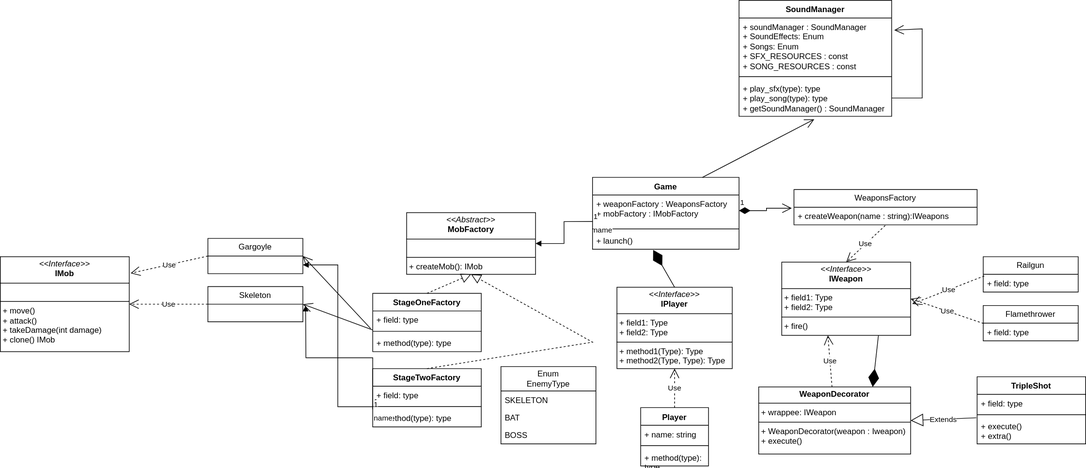
Above: class_diagram.drawio.svg in CNAM-gaming/vampire_survivors (draw.io), before the change. Source tidied: cells renumbered, new cells last; positions are measured from the earlier drawing's top-left corner, leaving out a move shared by most shapes.
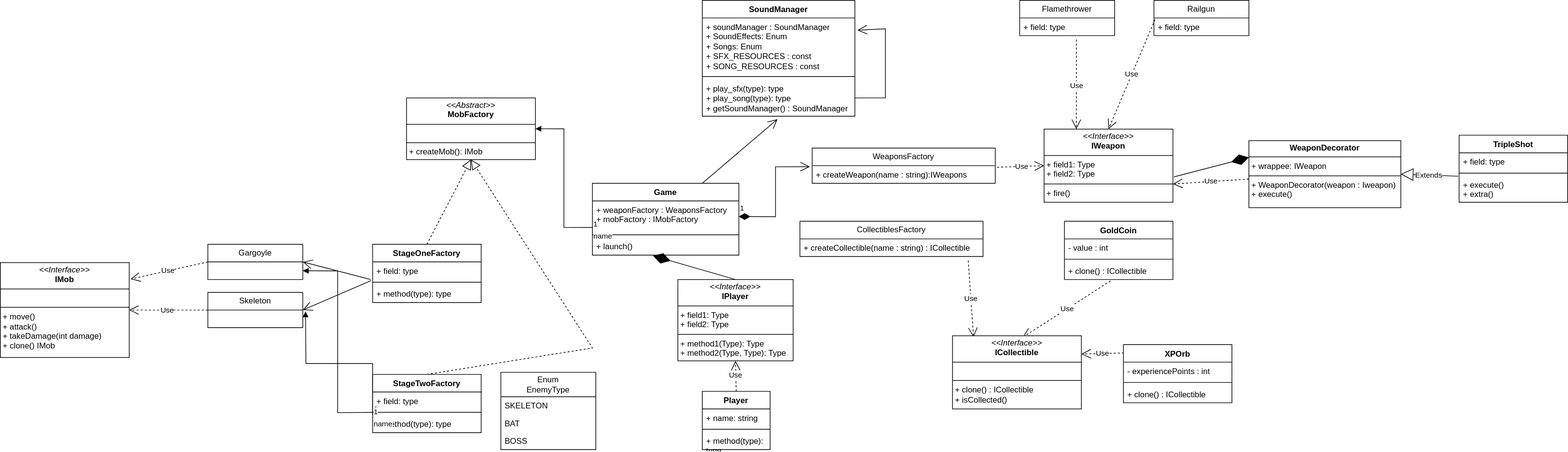
The same file after the commit.

Commit message:
Manage Collectibles in diagram

What changed in the source:
```diff
@@ -3,7 +3,7 @@
     <mxCell id="0" />
     <mxCell id="1" parent="0" />
     <mxCell id="2" value="Player" style="swimlane;fontStyle=1;align=center;verticalAlign=top;horizontal=1;startSize=26;whiteSpace=wrap;html=1;swimlaneFillColor=default;" parent="1" vertex="1">
-      <mxGeometry x="944" y="600.5" width="100" height="86" as="geometry" />
+      <mxGeometry x="1035" y="568" width="100" height="86" as="geometry" />
     </mxCell>
     <mxCell id="3" value="+ name: string" style="text;strokeColor=none;fillColor=none;align=left;verticalAlign=top;spacingLeft=4;spacingRight=4;overflow=hidden;whiteSpace=wrap;html=1;" parent="2" vertex="1">
       <mxGeometry y="26" width="100" height="26" as="geometry" />
@@ -15,7 +15,7 @@
       <mxGeometry y="60" width="100" height="26" as="geometry" />
     </mxCell>
     <mxCell id="6" value="&lt;p style=&quot;margin:0px;margin-top:4px;text-align:center;&quot;&gt;&lt;i&gt;&amp;lt;&amp;lt;Interface&amp;gt;&amp;gt;&lt;/i&gt;&lt;br&gt;&lt;b&gt;IPlayer&lt;/b&gt;&lt;/p&gt;&lt;hr size=&quot;1&quot; style=&quot;border-style:solid;&quot;&gt;&lt;p style=&quot;margin:0px;margin-left:4px;&quot;&gt;+ field1: Type&lt;br&gt;+ field2: Type&lt;/p&gt;&lt;hr size=&quot;1&quot; style=&quot;border-style:solid;&quot;&gt;&lt;p style=&quot;margin:0px;margin-left:4px;&quot;&gt;+ method1(Type): Type&lt;br&gt;+ method2(Type, Type): Type&lt;/p&gt;" style="verticalAlign=top;align=left;overflow=fill;html=1;whiteSpace=wrap;" parent="1" vertex="1">
-      <mxGeometry x="909" y="423" width="170" height="120" as="geometry" />
+      <mxGeometry x="999" y="403" width="170" height="120" as="geometry" />
     </mxCell>
     <mxCell id="7" value="&lt;div&gt;&lt;span style=&quot;background-color: initial;&quot;&gt;Game&lt;/span&gt;&lt;br&gt;&lt;/div&gt;" style="swimlane;fontStyle=1;align=center;verticalAlign=top;horizontal=1;startSize=26;whiteSpace=wrap;html=1;" parent="1" vertex="1">
       <mxGeometry x="873" y="261" width="216" height="106" as="geometry" />
@@ -30,31 +30,31 @@
       <mxGeometry y="80" width="216" height="26" as="geometry" />
     </mxCell>
     <mxCell id="11" value="WeaponsFactory" style="swimlane;fontStyle=0;horizontal=1;startSize=26;fillColor=none;whiteSpace=wrap;html=1;" parent="1" vertex="1">
-      <mxGeometry x="1170" y="279" width="270" height="52" as="geometry" />
+      <mxGeometry x="1197" y="209" width="270" height="52" as="geometry" />
     </mxCell>
     <mxCell id="12" value="+ createWeapon(name : string):IWeapons" style="text;strokeColor=none;fillColor=none;align=left;verticalAlign=top;spacingLeft=4;spacingRight=4;overflow=hidden;points=[[0,0.5],[1,0.5]];portConstraint=eastwest;whiteSpace=wrap;html=1;" parent="11" vertex="1">
       <mxGeometry y="26" width="270" height="26" as="geometry" />
     </mxCell>
     <mxCell id="13" value="&lt;p style=&quot;margin:0px;margin-top:4px;text-align:center;&quot;&gt;&lt;i&gt;&amp;lt;&amp;lt;Interface&amp;gt;&amp;gt;&lt;/i&gt;&lt;br&gt;&lt;b&gt;IWeapon&lt;/b&gt;&lt;/p&gt;&lt;hr size=&quot;1&quot; style=&quot;border-style:solid;&quot;&gt;&lt;p style=&quot;margin:0px;margin-left:4px;&quot;&gt;+ field1: Type&lt;br&gt;+ field2: Type&lt;/p&gt;&lt;hr size=&quot;1&quot; style=&quot;border-style:solid;&quot;&gt;&lt;p style=&quot;margin:0px;margin-left:4px;&quot;&gt;+ fire()&lt;br&gt;&lt;/p&gt;" style="verticalAlign=top;align=left;overflow=fill;html=1;whiteSpace=wrap;" parent="1" vertex="1">
-      <mxGeometry x="1152" y="386" width="190" height="108" as="geometry" />
+      <mxGeometry x="1539" y="181" width="190" height="108" as="geometry" />
     </mxCell>
     <mxCell id="14" value="1" style="endArrow=open;html=1;endSize=12;startArrow=diamondThin;startSize=14;startFill=1;edgeStyle=orthogonalEdgeStyle;align=left;verticalAlign=bottom;rounded=0;entryX=-0.012;entryY=0.056;entryDx=0;entryDy=0;entryPerimeter=0;exitX=1;exitY=0.5;exitDx=0;exitDy=0;" parent="1" edge="1" source="8" target="12">
       <mxGeometry x="-1" y="3" relative="1" as="geometry" />
     </mxCell>
-    <mxCell id="15" value="Use" style="endArrow=open;endSize=12;dashed=1;html=1;rounded=0;exitX=0.498;exitY=1.04;exitDx=0;exitDy=0;exitPerimeter=0;entryX=0.5;entryY=0;entryDx=0;entryDy=0;" parent="1" edge="1" source="12" target="13">
+    <mxCell id="15" value="Use" style="endArrow=open;endSize=12;dashed=1;html=1;rounded=0;exitX=1.01;exitY=0.088;exitDx=0;exitDy=0;exitPerimeter=0;entryX=0;entryY=0.5;entryDx=0;entryDy=0;" parent="1" edge="1" source="12" target="13">
       <mxGeometry relative="1" as="geometry" />
     </mxCell>
     <mxCell id="16" value="Use" style="endArrow=open;endSize=12;dashed=1;html=1;rounded=0;entryX=0.5;entryY=1;entryDx=0;entryDy=0;exitX=0.5;exitY=0;exitDx=0;exitDy=0;" parent="1" edge="1" source="2" target="6">
       <mxGeometry relative="1" as="geometry" />
     </mxCell>
     <mxCell id="17" value="Railgun" style="swimlane;fontStyle=0;horizontal=1;startSize=26;fillColor=none;whiteSpace=wrap;html=1;" parent="1" vertex="1">
-      <mxGeometry x="1449" y="378" width="140" height="52" as="geometry" />
+      <mxGeometry x="1701" y="-9" width="140" height="52" as="geometry" />
     </mxCell>
     <mxCell id="18" value="+ field: type" style="text;strokeColor=none;fillColor=none;align=left;verticalAlign=top;spacingLeft=4;spacingRight=4;overflow=hidden;points=[[0,0.5],[1,0.5]];portConstraint=eastwest;whiteSpace=wrap;html=1;" parent="17" vertex="1">
       <mxGeometry y="26" width="140" height="26" as="geometry" />
     </mxCell>
     <mxCell id="19" value="Flamethrower" style="swimlane;fontStyle=0;horizontal=1;startSize=26;fillColor=none;whiteSpace=wrap;html=1;" parent="1" vertex="1">
-      <mxGeometry x="1449" y="450" width="140" height="52" as="geometry" />
+      <mxGeometry x="1503" y="-9" width="140" height="52" as="geometry" />
     </mxCell>
     <mxCell id="20" value="+ field: type" style="text;strokeColor=none;fillColor=none;align=left;verticalAlign=top;spacingLeft=4;spacingRight=4;overflow=hidden;points=[[0,0.5],[1,0.5]];portConstraint=eastwest;whiteSpace=wrap;html=1;" parent="19" vertex="1">
       <mxGeometry y="26" width="140" height="26" as="geometry" />
@@ -63,10 +63,10 @@
       <mxGeometry relative="1" as="geometry" />
     </mxCell>
     <mxCell id="22" value="&lt;p style=&quot;margin:0px;margin-top:4px;text-align:center;&quot;&gt;&lt;b&gt;WeaponDecorator&lt;/b&gt;&lt;/p&gt;&lt;hr size=&quot;1&quot; style=&quot;border-style:solid;&quot;&gt;&lt;p style=&quot;margin:0px;margin-left:4px;&quot;&gt;+ wrappee: IWeapon&lt;/p&gt;&lt;hr size=&quot;1&quot; style=&quot;border-style:solid;&quot;&gt;&lt;p style=&quot;margin:0px;margin-left:4px;&quot;&gt;+ WeaponDecorator(weapon : Iweapon)&lt;br&gt;&lt;/p&gt;&lt;p style=&quot;margin:0px;margin-left:4px;&quot;&gt;+ execute()&lt;br&gt;&lt;/p&gt;" style="verticalAlign=top;align=left;overflow=fill;html=1;whiteSpace=wrap;" parent="1" vertex="1">
-      <mxGeometry x="1118" y="570" width="224" height="99" as="geometry" />
+      <mxGeometry x="1841" y="198" width="224" height="99" as="geometry" />
     </mxCell>
     <mxCell id="23" value="TripleShot" style="swimlane;fontStyle=1;align=center;verticalAlign=top;horizontal=1;startSize=26;whiteSpace=wrap;html=1;" parent="1" vertex="1">
-      <mxGeometry x="1440" y="555" width="160" height="99" as="geometry" />
+      <mxGeometry x="2151" y="190" width="160" height="99" as="geometry" />
     </mxCell>
     <mxCell id="24" value="+ field: type" style="text;strokeColor=none;fillColor=none;align=left;verticalAlign=top;spacingLeft=4;spacingRight=4;overflow=hidden;whiteSpace=wrap;html=1;" parent="23" vertex="1">
       <mxGeometry y="26" width="160" height="26" as="geometry" />
@@ -77,23 +77,23 @@
     <mxCell id="26" value="+ execute()&lt;div&gt;+ extra()&lt;br&gt;&lt;/div&gt;" style="text;strokeColor=none;fillColor=none;align=left;verticalAlign=top;spacingLeft=4;spacingRight=4;overflow=hidden;points=[[0,0.5],[1,0.5]];portConstraint=eastwest;whiteSpace=wrap;html=1;" parent="23" vertex="1">
       <mxGeometry y="60" width="160" height="39" as="geometry" />
     </mxCell>
-    <mxCell id="27" value="Use" style="endArrow=open;endSize=12;dashed=1;html=1;rounded=0;exitX=0.011;exitY=0.09;exitDx=0;exitDy=0;exitPerimeter=0;entryX=1.012;entryY=0.57;entryDx=0;entryDy=0;entryPerimeter=0;" parent="1" edge="1" source="18" target="13">
+    <mxCell id="27" value="Use" style="endArrow=open;endSize=12;dashed=1;html=1;rounded=0;exitX=0.011;exitY=0.09;exitDx=0;exitDy=0;exitPerimeter=0;entryX=0.5;entryY=0;entryDx=0;entryDy=0;" parent="1" edge="1" source="18" target="13">
       <mxGeometry relative="1" as="geometry" />
     </mxCell>
-    <mxCell id="28" value="Use" style="endArrow=open;endSize=12;dashed=1;html=1;rounded=0;exitX=0.003;exitY=0.018;exitDx=0;exitDy=0;exitPerimeter=0;entryX=1;entryY=0.5;entryDx=0;entryDy=0;" parent="1" edge="1" source="20" target="13">
+    <mxCell id="28" value="Use" style="endArrow=open;endSize=12;dashed=1;html=1;rounded=0;exitX=0.598;exitY=1.218;exitDx=0;exitDy=0;exitPerimeter=0;entryX=0.25;entryY=0;entryDx=0;entryDy=0;" parent="1" edge="1" source="20" target="13">
       <mxGeometry relative="1" as="geometry" />
     </mxCell>
     <mxCell id="29" value="Extends" style="endArrow=block;endSize=16;endFill=0;html=1;rounded=0;exitX=-0.008;exitY=0.013;exitDx=0;exitDy=0;exitPerimeter=0;entryX=1;entryY=0.5;entryDx=0;entryDy=0;" parent="1" edge="1" source="26" target="22">
       <mxGeometry relative="1" as="geometry" />
     </mxCell>
-    <mxCell id="30" style="endArrow=diamondThin;endFill=1;endSize=24;html=1;rounded=0;exitX=0.75;exitY=1;exitDx=0;exitDy=0;entryX=0.75;entryY=0;entryDx=0;entryDy=0;" parent="1" edge="1" source="13" target="22">
+    <mxCell id="30" style="endArrow=diamondThin;endFill=1;endSize=24;html=1;rounded=0;exitX=1.008;exitY=0.653;exitDx=0;exitDy=0;entryX=0;entryY=0.25;entryDx=0;entryDy=0;exitPerimeter=0;" parent="1" edge="1" source="13" target="22">
       <mxGeometry relative="1" as="geometry" />
     </mxCell>
-    <mxCell id="31" value="Use" style="endArrow=open;endSize=12;dashed=1;html=1;rounded=0;entryX=0.358;entryY=1;entryDx=0;entryDy=0;entryPerimeter=0;" parent="1" edge="1" source="22" target="13">
+    <mxCell id="31" value="Use" style="endArrow=open;endSize=12;dashed=1;html=1;rounded=0;entryX=1;entryY=0.75;entryDx=0;entryDy=0;" parent="1" edge="1" source="22" target="13">
       <mxGeometry relative="1" as="geometry" />
     </mxCell>
     <mxCell id="32" value="&lt;p style=&quot;margin:0px;margin-top:4px;text-align:center;&quot;&gt;&lt;i&gt;&amp;lt;&amp;lt;Abstract&amp;gt;&amp;gt;&lt;/i&gt;&lt;br&gt;&lt;b&gt;MobFactory&lt;/b&gt;&lt;/p&gt;&lt;hr size=&quot;1&quot; style=&quot;border-style:solid;&quot;&gt;&lt;p style=&quot;margin:0px;margin-left:4px;&quot;&gt;&lt;br&gt;&lt;/p&gt;&lt;hr size=&quot;1&quot; style=&quot;border-style:solid;&quot;&gt;&lt;p style=&quot;margin:0px;margin-left:4px;&quot;&gt;+ createMob(): IMob&lt;/p&gt;" style="verticalAlign=top;align=left;overflow=fill;html=1;whiteSpace=wrap;" parent="1" vertex="1">
-      <mxGeometry x="599" y="313" width="190" height="91" as="geometry" />
+      <mxGeometry x="599" y="135" width="190" height="91" as="geometry" />
     </mxCell>
     <mxCell id="33" value="name" style="endArrow=block;endFill=1;html=1;edgeStyle=orthogonalEdgeStyle;align=left;verticalAlign=top;rounded=0;entryX=1;entryY=0.5;entryDx=0;entryDy=0;exitX=0.002;exitY=0.85;exitDx=0;exitDy=0;exitPerimeter=0;" parent="1" edge="1" source="8" target="32">
       <mxGeometry x="-1" relative="1" as="geometry" />
@@ -117,7 +117,7 @@
       <mxGeometry relative="1" as="geometry" />
     </mxCell>
     <mxCell id="40" value="StageOneFactory" style="swimlane;fontStyle=1;align=center;verticalAlign=top;horizontal=1;startSize=26;whiteSpace=wrap;html=1;" parent="1" vertex="1">
-      <mxGeometry x="549" y="432" width="160" height="86" as="geometry" />
+      <mxGeometry x="549" y="351" width="160" height="86" as="geometry" />
     </mxCell>
     <mxCell id="41" value="+ field: type" style="text;strokeColor=none;fillColor=none;align=left;verticalAlign=top;spacingLeft=4;spacingRight=4;overflow=hidden;points=[[0,0.5],[1,0.5]];portConstraint=eastwest;whiteSpace=wrap;html=1;" parent="40" vertex="1">
       <mxGeometry y="26" width="160" height="26" as="geometry" />
@@ -165,10 +165,8 @@
     <mxCell id="54" value="BOSS" style="text;strokeColor=none;fillColor=none;align=left;verticalAlign=top;spacingLeft=4;spacingRight=4;overflow=hidden;whiteSpace=wrap;html=1;" parent="51" vertex="1">
       <mxGeometry y="88" width="140" height="26" as="geometry" />
     </mxCell>
-    <mxCell id="55" style="endArrow=open;endFill=1;endSize=12;html=1;rounded=0;entryX=1;entryY=0.5;entryDx=0;entryDy=0;" parent="1" edge="1" target="35">
-      <mxGeometry relative="1" as="geometry">
-        <mxPoint x="549" y="486" as="sourcePoint" />
-      </mxGeometry>
+    <mxCell id="55" style="endArrow=open;endFill=1;endSize=12;html=1;rounded=0;entryX=1;entryY=0.5;entryDx=0;entryDy=0;exitX=-0.015;exitY=-0.247;exitDx=0;exitDy=0;exitPerimeter=0;" parent="1" edge="1" source="43" target="35">
+      <mxGeometry relative="1" as="geometry" />
     </mxCell>
     <mxCell id="56" value="name" style="endArrow=block;endFill=1;html=1;edgeStyle=orthogonalEdgeStyle;align=left;verticalAlign=top;rounded=0;entryX=1;entryY=0.75;entryDx=0;entryDy=0;exitX=-0.001;exitY=1.161;exitDx=0;exitDy=0;exitPerimeter=0;" parent="1" edge="1" source="45" target="37">
       <mxGeometry x="-1" relative="1" as="geometry" />
@@ -185,7 +183,7 @@
       <mxGeometry x="-1" relative="1" as="geometry" />
     </mxCell>
     <mxCell id="60" value="SoundManager&lt;div&gt;&lt;br&gt;&lt;/div&gt;" style="swimlane;fontStyle=1;align=center;verticalAlign=top;horizontal=1;startSize=26;whiteSpace=wrap;html=1;" parent="1" vertex="1">
-      <mxGeometry x="1089" width="225" height="171" as="geometry" />
+      <mxGeometry x="1035" y="-9" width="225" height="171" as="geometry" />
     </mxCell>
     <mxCell id="61" value="&lt;div&gt;+ soundManager : SoundManager&lt;/div&gt;+ SoundEffects: Enum&lt;div&gt;+ Songs: Enum&lt;br&gt;&lt;/div&gt;&lt;div&gt;+ SFX_RESOURCES : const&amp;nbsp;&lt;br&gt;+ SONG_RESOURCES : const&lt;/div&gt;&lt;div&gt;&lt;br&gt;&lt;/div&gt;" style="text;strokeColor=none;fillColor=none;align=left;verticalAlign=top;spacingLeft=4;spacingRight=4;overflow=hidden;points=[[0,0.5],[1,0.5]];portConstraint=eastwest;whiteSpace=wrap;html=1;" parent="60" vertex="1">
       <mxGeometry y="26" width="225" height="82" as="geometry" />
@@ -207,5 +205,47 @@
     <mxCell id="65" style="endArrow=open;endFill=1;endSize=12;html=1;rounded=0;exitX=0.75;exitY=0;exitDx=0;exitDy=0;entryX=0.493;entryY=1.08;entryDx=0;entryDy=0;entryPerimeter=0;" parent="1" edge="1" source="7" target="63">
       <mxGeometry relative="1" as="geometry" />
     </mxCell>
+    <mxCell id="66" value="GoldCoin" style="swimlane;fontStyle=1;align=center;verticalAlign=top;horizontal=1;startSize=26;whiteSpace=wrap;html=1;" parent="1" vertex="1">
+      <mxGeometry x="1569" y="317" width="160" height="86" as="geometry" />
+    </mxCell>
+    <mxCell id="67" value="- value : int" style="text;strokeColor=none;fillColor=none;align=left;verticalAlign=top;spacingLeft=4;spacingRight=4;overflow=hidden;whiteSpace=wrap;html=1;" parent="66" vertex="1">
+      <mxGeometry y="26" width="160" height="26" as="geometry" />
+    </mxCell>
+    <mxCell id="68" style="line;strokeWidth=1;fillColor=none;align=left;verticalAlign=middle;spacingTop=-1;spacingLeft=3;spacingRight=3;labelPosition=right;strokeColor=inherit;" parent="66" vertex="1">
+      <mxGeometry y="52" width="160" height="8" as="geometry" />
+    </mxCell>
+    <mxCell id="69" value="+ clone() : ICollectible" style="text;strokeColor=none;fillColor=none;align=left;verticalAlign=top;spacingLeft=4;spacingRight=4;overflow=hidden;points=[[0,0.5],[1,0.5]];portConstraint=eastwest;whiteSpace=wrap;html=1;" parent="66" vertex="1">
+      <mxGeometry y="60" width="160" height="26" as="geometry" />
+    </mxCell>
+    <mxCell id="70" value="XPOrb" style="swimlane;fontStyle=1;align=center;verticalAlign=top;horizontal=1;startSize=26;whiteSpace=wrap;html=1;" parent="1" vertex="1">
+      <mxGeometry x="1656" y="499" width="160" height="86" as="geometry" />
+    </mxCell>
+    <mxCell id="71" value="- experiencePoints : int" style="text;strokeColor=none;fillColor=none;align=left;verticalAlign=top;spacingLeft=4;spacingRight=4;overflow=hidden;whiteSpace=wrap;html=1;" parent="70" vertex="1">
+      <mxGeometry y="26" width="160" height="26" as="geometry" />
+    </mxCell>
+    <mxCell id="72" style="line;strokeWidth=1;fillColor=none;align=left;verticalAlign=middle;spacingTop=-1;spacingLeft=3;spacingRight=3;labelPosition=right;strokeColor=inherit;" parent="70" vertex="1">
+      <mxGeometry y="52" width="160" height="8" as="geometry" />
+    </mxCell>
+    <mxCell id="73" value="+ clone() : ICollectible" style="text;strokeColor=none;fillColor=none;align=left;verticalAlign=top;spacingLeft=4;spacingRight=4;overflow=hidden;whiteSpace=wrap;html=1;" parent="70" vertex="1">
+      <mxGeometry y="60" width="160" height="26" as="geometry" />
+    </mxCell>
+    <mxCell id="74" value="Use" style="endArrow=open;endSize=12;dashed=1;html=1;rounded=0;exitX=0.424;exitY=1.081;exitDx=0;exitDy=0;exitPerimeter=0;entryX=0.546;entryY=0.019;entryDx=0;entryDy=0;entryPerimeter=0;" parent="1" edge="1" source="69" target="79">
+      <mxGeometry relative="1" as="geometry" />
+    </mxCell>
+    <mxCell id="75" value="Use" style="endArrow=open;endSize=12;dashed=1;html=1;rounded=0;exitX=0.004;exitY=0.143;exitDx=0;exitDy=0;exitPerimeter=0;entryX=1;entryY=0.25;entryDx=0;entryDy=0;" parent="1" edge="1" source="70" target="79">
+      <mxGeometry relative="1" as="geometry" />
+    </mxCell>
+    <mxCell id="76" value="CollectiblesFactory" style="swimlane;fontStyle=0;horizontal=1;startSize=26;fillColor=none;whiteSpace=wrap;html=1;" parent="1" vertex="1">
+      <mxGeometry x="1179" y="317" width="270" height="52" as="geometry" />
+    </mxCell>
+    <mxCell id="77" value="+ createCollectible(name : string) : ICollectible" style="text;strokeColor=none;fillColor=none;align=left;verticalAlign=top;spacingLeft=4;spacingRight=4;overflow=hidden;points=[[0,0.5],[1,0.5]];portConstraint=eastwest;whiteSpace=wrap;html=1;" parent="76" vertex="1">
+      <mxGeometry y="26" width="270" height="26" as="geometry" />
+    </mxCell>
+    <mxCell id="78" value="Use" style="endArrow=open;endSize=12;dashed=1;html=1;rounded=0;exitX=0.919;exitY=1.231;exitDx=0;exitDy=0;exitPerimeter=0;entryX=0.163;entryY=0.02;entryDx=0;entryDy=0;entryPerimeter=0;" parent="1" edge="1" source="77" target="79">
+      <mxGeometry relative="1" as="geometry" />
+    </mxCell>
+    <mxCell id="79" value="&lt;p style=&quot;margin:0px;margin-top:4px;text-align:center;&quot;&gt;&lt;i&gt;&amp;lt;&amp;lt;Interface&amp;gt;&amp;gt;&lt;/i&gt;&lt;br&gt;&lt;b&gt;ICollectible&lt;/b&gt;&lt;/p&gt;&lt;hr size=&quot;1&quot; style=&quot;border-style:solid;&quot;&gt;&lt;p style=&quot;margin:0px;margin-left:4px;&quot;&gt;&lt;br&gt;&lt;/p&gt;&lt;hr size=&quot;1&quot; style=&quot;border-style:solid;&quot;&gt;&lt;p style=&quot;margin:0px;margin-left:4px;&quot;&gt;+ clone() : ICollectible&lt;br&gt;&lt;/p&gt;&lt;p style=&quot;margin:0px;margin-left:4px;&quot;&gt;+ isCollected()&lt;/p&gt;&lt;p style=&quot;margin:0px;margin-left:4px;&quot;&gt;&lt;br&gt;&lt;/p&gt;" style="verticalAlign=top;align=left;overflow=fill;html=1;whiteSpace=wrap;" parent="1" vertex="1">
+      <mxGeometry x="1404" y="486" width="190" height="108" as="geometry" />
+    </mxCell>
   </root>
 </mxGraphModel>
```
